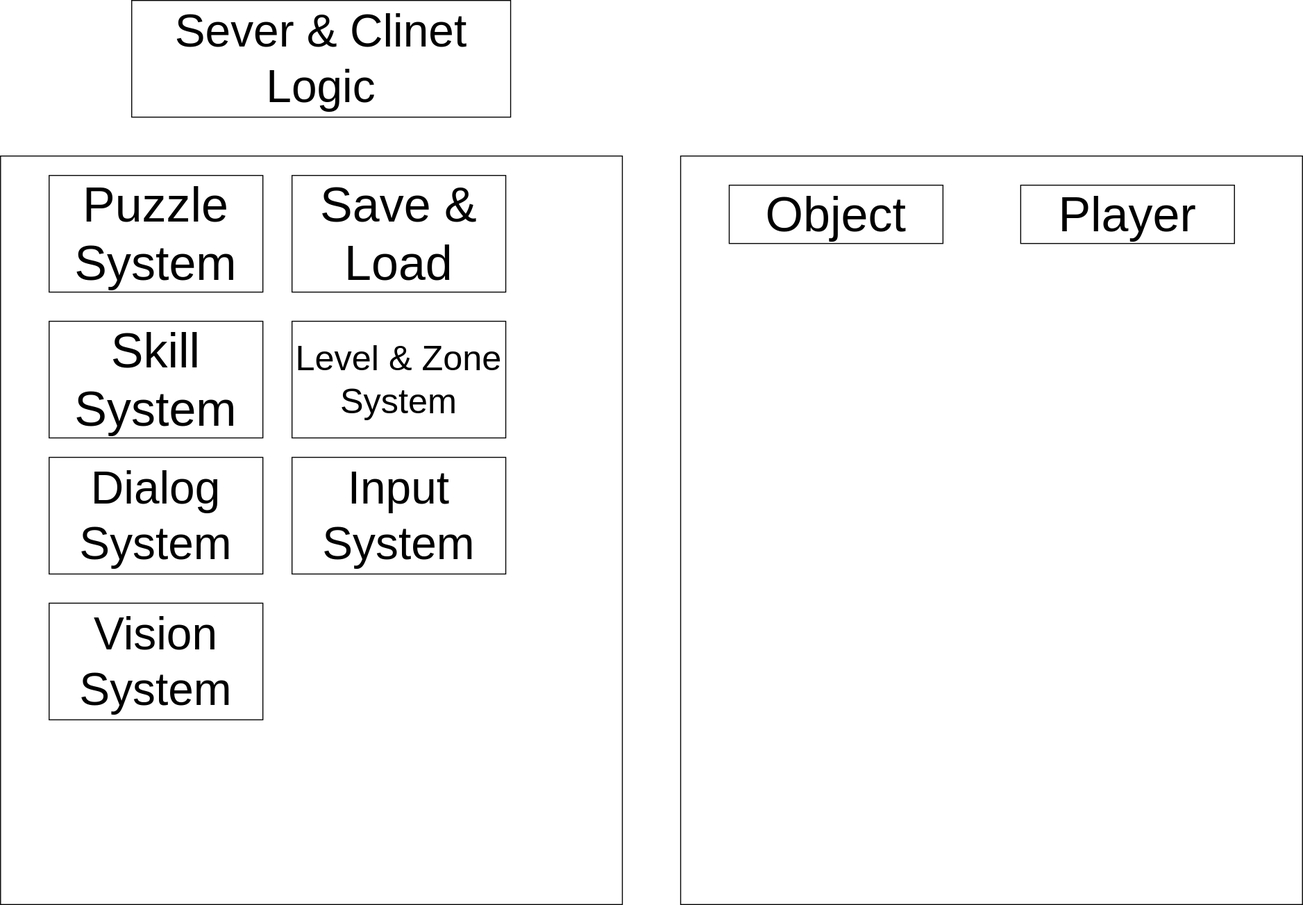
Before: System Diagram.drawio.svg, a diagram exported from draw.io (ihaha424/TP). Source tidied: cells renumbered, new cells last; positions are measured from the earlier drawing's top-left corner, leaving out a move shared by most shapes.
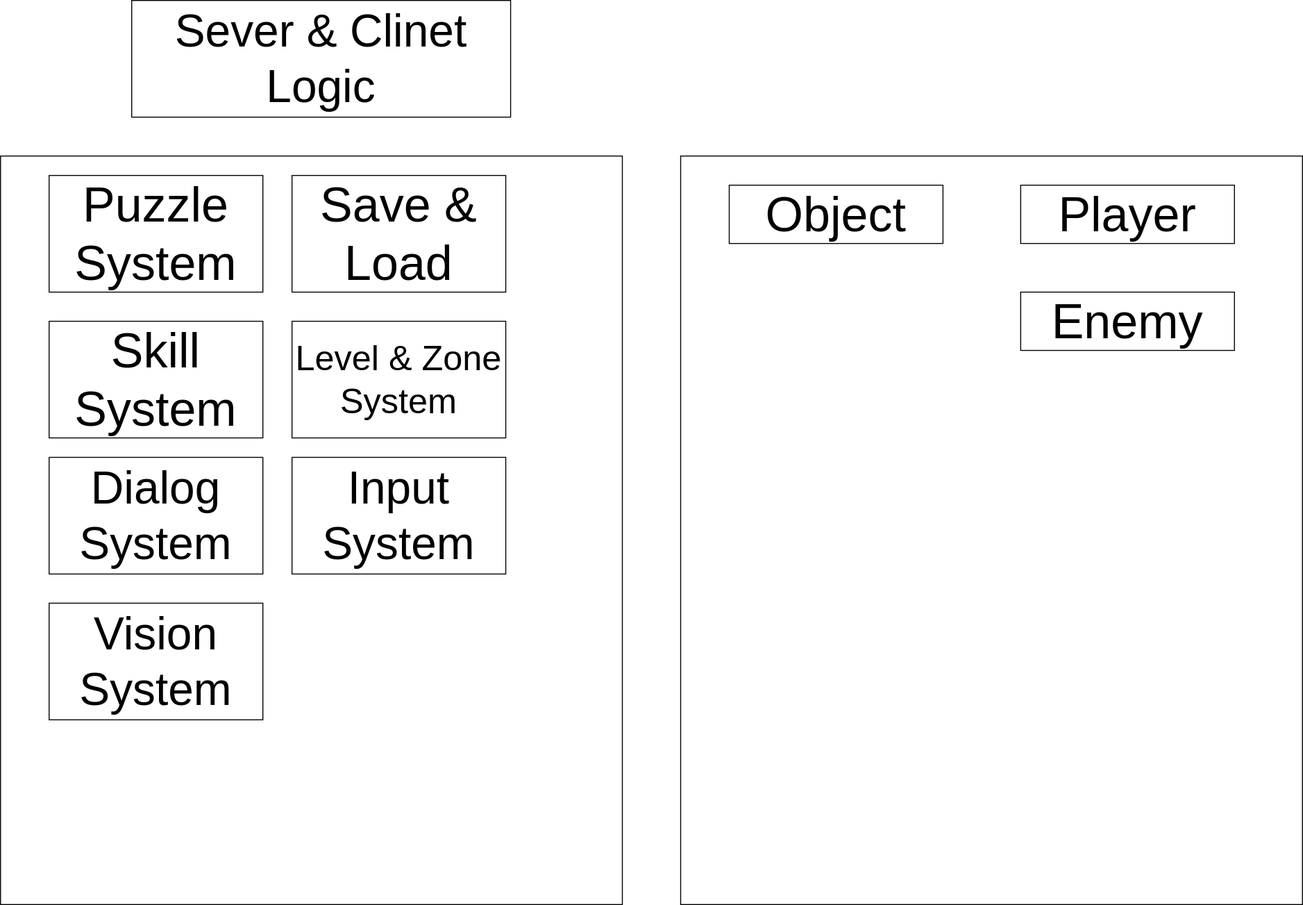
The same diagram one commit later.

What changed in the source:
```diff
@@ -38,5 +38,8 @@
     <mxCell id="13" value="&lt;font style=&quot;font-size: 47px;&quot;&gt;Vision&lt;br&gt;System&lt;/font&gt;" style="rounded=0;whiteSpace=wrap;html=1;" parent="1" vertex="1">
       <mxGeometry x="50" y="620" width="220" height="120" as="geometry" />
     </mxCell>
+    <mxCell id="14" value="&lt;span style=&quot;font-size: 50px;&quot;&gt;Enemy&lt;/span&gt;" style="rounded=0;whiteSpace=wrap;html=1;" parent="1" vertex="1">
+      <mxGeometry x="1050" y="300" width="220" height="60" as="geometry" />
+    </mxCell>
   </root>
 </mxGraphModel>
```
